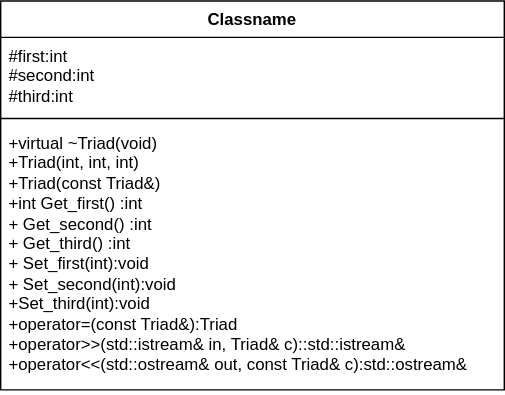
The draw.io diagram Sem_2/Labs/CLASS_4/class4.drawio.svg in ksinph/PSTU_LABS_2023, before a commit. Source tidied: cells renumbered, new cells last; positions are measured from the earlier drawing's top-left corner, leaving out a move shared by most shapes.
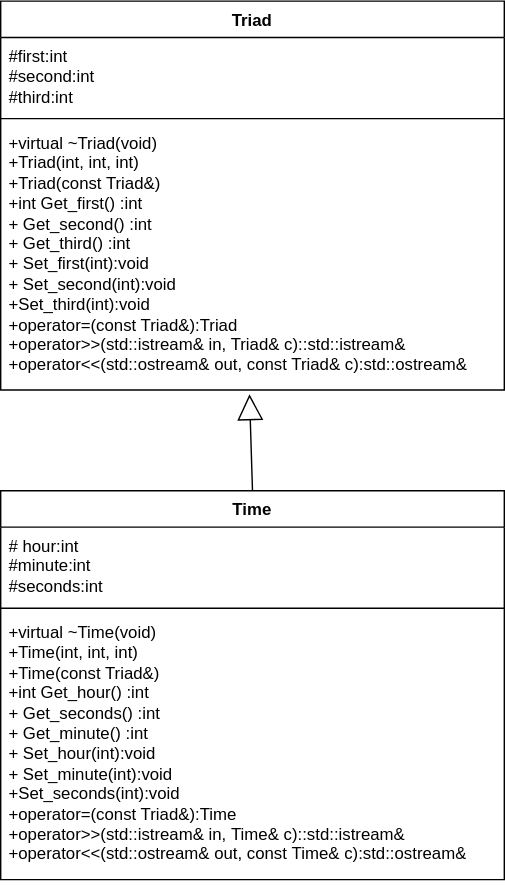
After the change.

Diff of the diagram source:
```diff
@@ -2,7 +2,7 @@
   <root>
     <mxCell id="0" />
     <mxCell id="1" parent="0" />
-    <mxCell id="2" value="Classname" style="swimlane;fontStyle=1;align=center;verticalAlign=top;horizontal=1;startSize=26;whiteSpace=wrap;html=1;" parent="1" vertex="1">
+    <mxCell id="2" value="Triad" style="swimlane;fontStyle=1;align=center;verticalAlign=top;horizontal=1;startSize=26;whiteSpace=wrap;html=1;" parent="1" vertex="1">
       <mxGeometry width="360" height="278" as="geometry" />
     </mxCell>
     <mxCell id="3" value="&lt;div&gt;#first:&lt;span style=&quot;background-color: initial;&quot;&gt;int&lt;/span&gt;&lt;span style=&quot;background-color: initial;&quot;&gt;&amp;nbsp;&lt;/span&gt;&lt;/div&gt;&lt;div&gt;&lt;span style=&quot;white-space: normal;&quot;&gt;#second&lt;/span&gt;&lt;span style=&quot;background-color: initial;&quot;&gt;:&lt;/span&gt;&lt;span style=&quot;background-color: initial;&quot;&gt;int&lt;/span&gt;&lt;span style=&quot;background-color: initial;&quot;&gt;&amp;nbsp;&lt;/span&gt;&lt;/div&gt;&lt;div&gt;&lt;span style=&quot;white-space: normal;&quot;&gt;#third&lt;/span&gt;&lt;span style=&quot;background-color: initial;&quot;&gt;:&lt;/span&gt;&lt;span style=&quot;background-color: initial;&quot;&gt;int&lt;/span&gt;&lt;span style=&quot;background-color: initial;&quot;&gt;&amp;nbsp;&lt;/span&gt;&lt;/div&gt;" style="text;strokeColor=none;fillColor=none;align=left;verticalAlign=top;spacingLeft=4;spacingRight=4;overflow=hidden;whiteSpace=wrap;html=1;" parent="2" vertex="1">
@@ -14,5 +14,20 @@
     <mxCell id="5" value="&lt;div&gt;+virtual ~Triad(void)&lt;/div&gt;&lt;div&gt;&lt;span style=&quot;white-space: normal;&quot;&gt;+Triad(int, int, int)&lt;/span&gt;&lt;/div&gt;&lt;div&gt;&lt;span style=&quot;white-space: normal;&quot;&gt;+Triad(const Triad&amp;amp;)&lt;/span&gt;&lt;/div&gt;&lt;div&gt;&lt;span style=&quot;white-space: normal;&quot;&gt;+int Get_first() :&lt;/span&gt;&lt;span style=&quot;background-color: initial;&quot;&gt;int&lt;/span&gt;&lt;/div&gt;&lt;div&gt;&lt;span style=&quot;white-space: normal;&quot;&gt;+&amp;nbsp;Get_second() :&lt;/span&gt;&lt;span style=&quot;background-color: initial;&quot;&gt;int&lt;/span&gt;&lt;/div&gt;&lt;div&gt;&lt;span style=&quot;white-space: normal;&quot;&gt;+&amp;nbsp;Get_third()&amp;nbsp;&lt;/span&gt;&lt;span style=&quot;background-color: initial;&quot;&gt;:&lt;/span&gt;&lt;span style=&quot;background-color: initial;&quot;&gt;int&lt;/span&gt;&lt;/div&gt;&lt;div&gt;+&lt;span style=&quot;background-color: initial;&quot;&gt;&amp;nbsp;Set_first(int):&lt;/span&gt;&lt;span style=&quot;background-color: initial;&quot;&gt;void&lt;/span&gt;&lt;/div&gt;&lt;div&gt;&lt;span style=&quot;white-space: normal;&quot;&gt;+&amp;nbsp;Set_second(int)&lt;/span&gt;&lt;span style=&quot;background-color: initial;&quot;&gt;:&lt;/span&gt;&lt;span style=&quot;background-color: initial;&quot;&gt;void&lt;/span&gt;&lt;/div&gt;&lt;div&gt;&lt;span style=&quot;white-space: normal;&quot;&gt;+Set_third(int)&lt;/span&gt;&lt;span style=&quot;background-color: initial;&quot;&gt;:&lt;/span&gt;&lt;span style=&quot;background-color: initial;&quot;&gt;void&lt;/span&gt;&lt;/div&gt;&lt;div&gt;&lt;span style=&quot;white-space: normal;&quot;&gt;+operator=(const Triad&amp;amp;):&lt;/span&gt;&lt;span style=&quot;background-color: initial;&quot;&gt;Triad&lt;/span&gt;&lt;/div&gt;&lt;div&gt;&lt;span style=&quot;white-space: normal;&quot;&gt;+&lt;/span&gt;&lt;span style=&quot;background-color: initial;&quot;&gt;operator&amp;gt;&amp;gt;(std::istream&amp;amp; in, Triad&amp;amp; c)::&lt;/span&gt;&lt;span style=&quot;background-color: initial;&quot;&gt;std::istream&amp;amp;&lt;/span&gt;&lt;span style=&quot;background-color: initial;&quot;&gt;&amp;nbsp;&lt;/span&gt;&lt;/div&gt;&lt;div&gt;&lt;span style=&quot;white-space: normal;&quot;&gt;+operator&amp;lt;&amp;lt;(std::ostream&amp;amp; out, const Triad&amp;amp; c):&lt;/span&gt;&lt;span style=&quot;background-color: initial;&quot;&gt;std::ostream&amp;amp;&lt;/span&gt;&lt;/div&gt;" style="text;strokeColor=none;fillColor=none;align=left;verticalAlign=top;spacingLeft=4;spacingRight=4;overflow=hidden;points=[[0,0.5],[1,0.5]];portConstraint=eastwest;whiteSpace=wrap;html=1;" parent="2" vertex="1">
       <mxGeometry y="88" width="360" height="190" as="geometry" />
     </mxCell>
+    <mxCell id="6" value="Time" style="swimlane;fontStyle=1;align=center;verticalAlign=top;horizontal=1;startSize=26;whiteSpace=wrap;html=1;" parent="1" vertex="1">
+      <mxGeometry y="350" width="360" height="278" as="geometry" />
+    </mxCell>
+    <mxCell id="7" value="&lt;div&gt;#&amp;nbsp;hour:&lt;span style=&quot;background-color: initial;&quot;&gt;int&lt;/span&gt;&lt;span style=&quot;background-color: initial;&quot;&gt;&amp;nbsp;&lt;/span&gt;&lt;/div&gt;&lt;div&gt;&lt;span style=&quot;white-space: normal;&quot;&gt;#&lt;/span&gt;&lt;span style=&quot;background-color: initial;&quot;&gt;minute:&lt;/span&gt;&lt;span style=&quot;background-color: initial;&quot;&gt;int&lt;/span&gt;&lt;span style=&quot;background-color: initial;&quot;&gt;&amp;nbsp;&lt;/span&gt;&lt;/div&gt;&lt;div&gt;&lt;span style=&quot;white-space: normal;&quot;&gt;#&lt;/span&gt;&lt;span style=&quot;background-color: initial;&quot;&gt;seconds:&lt;/span&gt;&lt;span style=&quot;background-color: initial;&quot;&gt;int&lt;/span&gt;&lt;span style=&quot;background-color: initial;&quot;&gt;&amp;nbsp;&lt;/span&gt;&lt;/div&gt;" style="text;strokeColor=none;fillColor=none;align=left;verticalAlign=top;spacingLeft=4;spacingRight=4;overflow=hidden;whiteSpace=wrap;html=1;" parent="6" vertex="1">
+      <mxGeometry y="26" width="360" height="54" as="geometry" />
+    </mxCell>
+    <mxCell id="8" style="line;strokeWidth=1;fillColor=none;align=left;verticalAlign=middle;spacingTop=-1;spacingLeft=3;spacingRight=3;labelPosition=right;strokeColor=inherit;" parent="6" vertex="1">
+      <mxGeometry y="80" width="360" height="8" as="geometry" />
+    </mxCell>
+    <mxCell id="9" value="&lt;div&gt;+virtual ~&lt;span style=&quot;text-align: center;&quot;&gt;Time&lt;/span&gt;(void)&lt;/div&gt;&lt;div&gt;&lt;span style=&quot;white-space: normal;&quot;&gt;+&lt;/span&gt;&lt;span style=&quot;text-align: center;&quot;&gt;Time&lt;/span&gt;&lt;span style=&quot;white-space: normal;&quot;&gt;(int, int, int)&lt;/span&gt;&lt;/div&gt;&lt;div&gt;&lt;span style=&quot;white-space: normal;&quot;&gt;+&lt;/span&gt;&lt;span style=&quot;text-align: center;&quot;&gt;Time&lt;/span&gt;&lt;span style=&quot;white-space: normal;&quot;&gt;(const Triad&amp;amp;)&lt;/span&gt;&lt;/div&gt;&lt;div&gt;+int Get_hour() :&lt;span style=&quot;background-color: initial;&quot;&gt;int&lt;/span&gt;&lt;/div&gt;&lt;div&gt;+&amp;nbsp;Get_seconds() :&lt;span style=&quot;background-color: initial;&quot;&gt;int&lt;/span&gt;&lt;/div&gt;&lt;div&gt;+&amp;nbsp;Get_minute()&amp;nbsp;&lt;span style=&quot;background-color: initial;&quot;&gt;:&lt;/span&gt;&lt;span style=&quot;background-color: initial;&quot;&gt;int&lt;/span&gt;&lt;/div&gt;&lt;div&gt;+&lt;span style=&quot;background-color: initial;&quot;&gt;&amp;nbsp;Set_hour(int):&lt;/span&gt;&lt;span style=&quot;background-color: initial;&quot;&gt;void&lt;/span&gt;&lt;/div&gt;&lt;div&gt;+&amp;nbsp;Set_minute(int)&lt;span style=&quot;background-color: initial;&quot;&gt;:&lt;/span&gt;&lt;span style=&quot;background-color: initial;&quot;&gt;void&lt;/span&gt;&lt;/div&gt;&lt;div&gt;+Set_seconds(int)&lt;span style=&quot;background-color: initial;&quot;&gt;:&lt;/span&gt;&lt;span style=&quot;background-color: initial;&quot;&gt;void&lt;/span&gt;&lt;/div&gt;&lt;div&gt;&lt;span style=&quot;white-space: normal;&quot;&gt;+operator=(const Triad&amp;amp;):&lt;/span&gt;&lt;span style=&quot;text-align: center; background-color: initial;&quot;&gt;Time&lt;/span&gt;&lt;/div&gt;&lt;div&gt;&lt;span style=&quot;white-space: normal;&quot;&gt;+&lt;/span&gt;&lt;span style=&quot;background-color: initial;&quot;&gt;operator&amp;gt;&amp;gt;(std::istream&amp;amp; in,&amp;nbsp;&lt;/span&gt;&lt;span style=&quot;text-align: center;&quot;&gt;Time&lt;/span&gt;&lt;span style=&quot;background-color: initial;&quot;&gt;&amp;amp; c)::&lt;/span&gt;&lt;span style=&quot;background-color: initial;&quot;&gt;std::istream&amp;amp;&lt;/span&gt;&lt;span style=&quot;background-color: initial;&quot;&gt;&amp;nbsp;&lt;/span&gt;&lt;/div&gt;&lt;div&gt;&lt;span style=&quot;white-space: normal;&quot;&gt;+operator&amp;lt;&amp;lt;(std::ostream&amp;amp; out, const&amp;nbsp;&lt;/span&gt;&lt;span style=&quot;text-align: center;&quot;&gt;Time&lt;/span&gt;&lt;span style=&quot;white-space: normal;&quot;&gt;&amp;amp; c):&lt;/span&gt;&lt;span style=&quot;background-color: initial;&quot;&gt;std::ostream&amp;amp;&lt;/span&gt;&lt;/div&gt;" style="text;strokeColor=none;fillColor=none;align=left;verticalAlign=top;spacingLeft=4;spacingRight=4;overflow=hidden;whiteSpace=wrap;html=1;" parent="6" vertex="1">
+      <mxGeometry y="88" width="360" height="190" as="geometry" />
+    </mxCell>
+    <mxCell id="10" style="endArrow=block;endSize=16;endFill=0;html=1;rounded=0;exitX=0.5;exitY=0;exitDx=0;exitDy=0;entryX=0.494;entryY=1.016;entryDx=0;entryDy=0;entryPerimeter=0;" parent="1" edge="1" source="6" target="5">
+      <mxGeometry relative="1" as="geometry" />
+    </mxCell>
   </root>
 </mxGraphModel>
```
